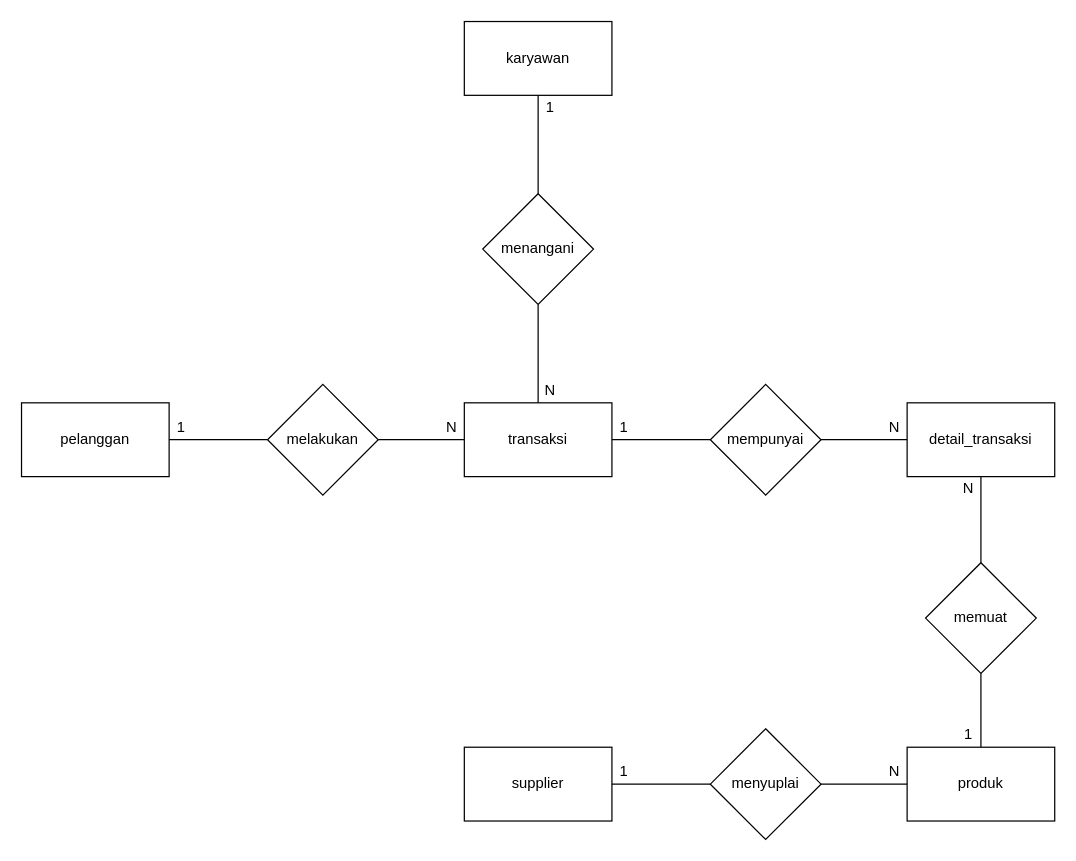
Before: ERD_Supermarket.drawio in elikawicaksana/BuildIT_BasisData, a draw.io diagram. Source tidied: cells renumbered, new cells numbered last; positions are measured from the earlier drawing's top-left corner, leaving out a move shared by most shapes. Both pictures are drawn from the tidied source at 123%, with x=0, y=0 at pixel (21, 21).
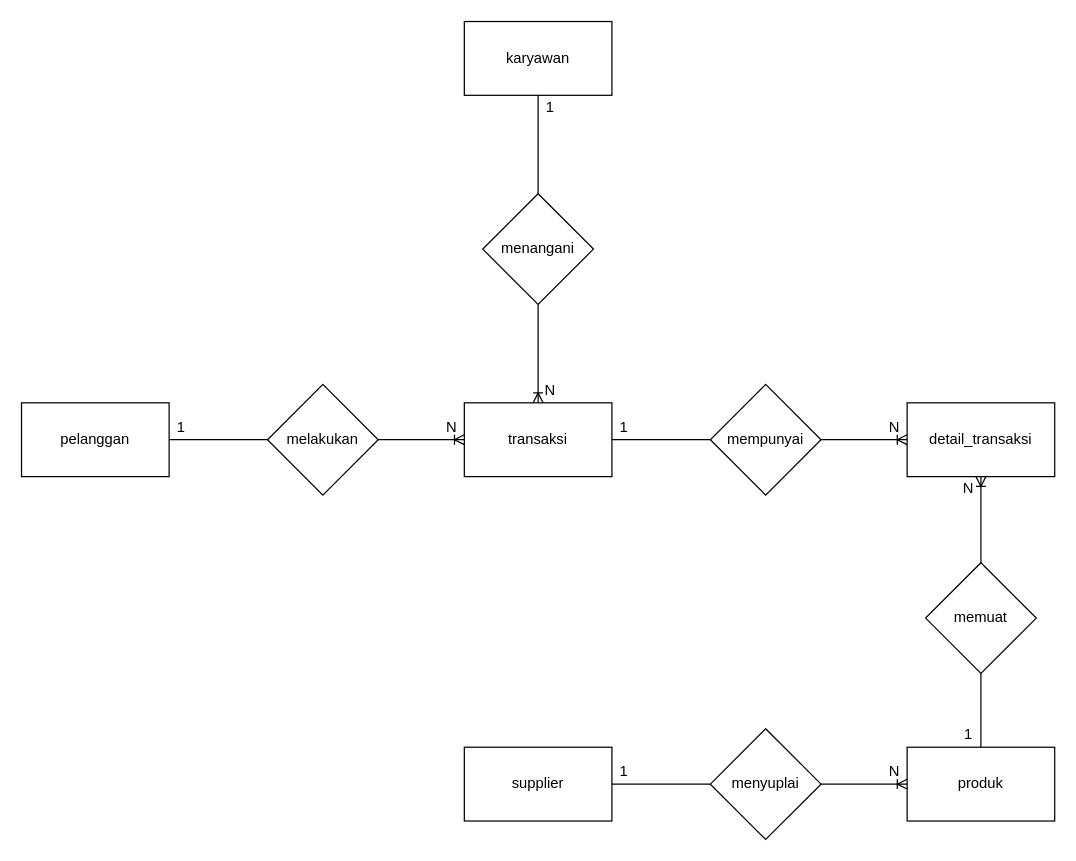
The same diagram, later.

Unchanged cells that the change refers to:
```xml
<mxCell id="3" value="melakukan" style="rhombus;whiteSpace=wrap;html=1;" parent="1" vertex="1">
  <mxGeometry x="200" y="295" width="90" height="90" as="geometry" />
</mxCell>
<mxCell id="4" value="transaksi" style="rounded=0;whiteSpace=wrap;html=1;" parent="1" vertex="1">
  <mxGeometry x="360" y="310" width="120" height="60" as="geometry" />
</mxCell>
<mxCell id="5" value="memuat" style="rhombus;whiteSpace=wrap;html=1;" parent="1" vertex="1">
  <mxGeometry x="735" y="440" width="90" height="90" as="geometry" />
</mxCell>
<mxCell id="6" value="mempunyai" style="rhombus;whiteSpace=wrap;html=1;" parent="1" vertex="1">
  <mxGeometry x="560" y="295" width="90" height="90" as="geometry" />
</mxCell>
<mxCell id="7" value="detail_transaksi" style="rounded=0;whiteSpace=wrap;html=1;" parent="1" vertex="1">
  <mxGeometry x="720" y="310" width="120" height="60" as="geometry" />
</mxCell>
<mxCell id="8" value="produk" style="rounded=0;whiteSpace=wrap;html=1;" parent="1" vertex="1">
  <mxGeometry x="720" y="590" width="120" height="60" as="geometry" />
</mxCell>
<mxCell id="9" value="menyuplai" style="rhombus;whiteSpace=wrap;html=1;" parent="1" vertex="1">
  <mxGeometry x="560" y="575" width="90" height="90" as="geometry" />
</mxCell>
<mxCell id="11" value="menangani" style="rhombus;whiteSpace=wrap;html=1;" parent="1" vertex="1">
  <mxGeometry x="375" y="140" width="90" height="90" as="geometry" />
</mxCell>
<mxCell id="26" value="N" style="text;html=1;align=center;verticalAlign=middle;whiteSpace=wrap;rounded=0;" parent="1" vertex="1">
  <mxGeometry x="700" y="320" width="20" height="20" as="geometry" />
</mxCell>
<mxCell id="27" value="N" style="text;html=1;align=center;verticalAlign=middle;whiteSpace=wrap;rounded=0;" parent="1" vertex="1">
  <mxGeometry x="420" y="290" width="20" height="20" as="geometry" />
</mxCell>
```

Diff of the diagram source:
```diff
@@
-    <mxCell id="14" style="endArrow=none;html=1;rounded=0;exitX=1;exitY=0.5;exitDx=0;exitDy=0;entryX=0;entryY=0.5;entryDx=0;entryDy=0;" parent="1" edge="1" source="3" target="4">
-      <mxGeometry relative="1" as="geometry" />
-    </mxCell>
-    <mxCell id="15" style="endArrow=none;html=1;rounded=0;exitX=0.5;exitY=0;exitDx=0;exitDy=0;entryX=0.5;entryY=1;entryDx=0;entryDy=0;" parent="1" edge="1" source="4" target="11">
-      <mxGeometry relative="1" as="geometry" />
-    </mxCell>
@@
-    <mxCell id="18" style="endArrow=none;html=1;rounded=0;exitX=1;exitY=0.5;exitDx=0;exitDy=0;entryX=0;entryY=0.5;entryDx=0;entryDy=0;" parent="1" edge="1" source="6" target="7">
-      <mxGeometry relative="1" as="geometry" />
-    </mxCell>
@@
-    <mxCell id="20" style="endArrow=none;html=1;rounded=0;exitX=1;exitY=0.5;exitDx=0;exitDy=0;entryX=0;entryY=0.5;entryDx=0;entryDy=0;" parent="1" edge="1" source="9" target="8">
-      <mxGeometry relative="1" as="geometry" />
-    </mxCell>
@@
-    <mxCell id="22" style="endArrow=none;html=1;rounded=0;entryX=0.5;entryY=0;entryDx=0;entryDy=0;exitX=0.5;exitY=1;exitDx=0;exitDy=0;" parent="1" edge="1" source="7" target="5">
-      <mxGeometry relative="1" as="geometry" />
-    </mxCell>
@@
+    <mxCell id="14" style="edgeStyle=entityRelationEdgeStyle;fontSize=12;html=1;endArrow=ERoneToMany;rounded=0;exitX=1;exitY=0.5;exitDx=0;exitDy=0;entryX=0;entryY=0.5;entryDx=0;entryDy=0;" parent="1" edge="1" source="3" target="4">
+      <mxGeometry relative="1" as="geometry" />
+    </mxCell>
+    <mxCell id="33" style="edgeStyle=entityRelationEdgeStyle;fontSize=12;html=1;endArrow=ERoneToMany;rounded=0;entryX=1;entryY=1;entryDx=0;entryDy=0;exitX=1;exitY=0.5;exitDx=0;exitDy=0;" parent="1" edge="1" source="6" target="26">
+      <mxGeometry relative="1" as="geometry" />
+    </mxCell>
+    <mxCell id="20" style="edgeStyle=entityRelationEdgeStyle;fontSize=12;html=1;endArrow=ERoneToMany;rounded=0;entryX=0;entryY=0.5;entryDx=0;entryDy=0;exitX=1;exitY=0.5;exitDx=0;exitDy=0;" parent="1" edge="1" source="9" target="8">
+      <mxGeometry relative="1" as="geometry" />
+    </mxCell>
+    <mxCell id="34" style="fontSize=12;html=1;endArrow=ERoneToMany;rounded=0;entryX=0;entryY=1;entryDx=0;entryDy=0;exitX=0.5;exitY=1;exitDx=0;exitDy=0;" parent="1" edge="1" source="11" target="27">
+      <mxGeometry relative="1" as="geometry" />
+    </mxCell>
+    <mxCell id="35" style="fontSize=12;html=1;endArrow=ERoneToMany;rounded=0;entryX=0.5;entryY=1;entryDx=0;entryDy=0;exitX=0.5;exitY=0;exitDx=0;exitDy=0;" parent="1" edge="1" source="5" target="7">
+      <mxGeometry relative="1" as="geometry" />
+    </mxCell>
```
